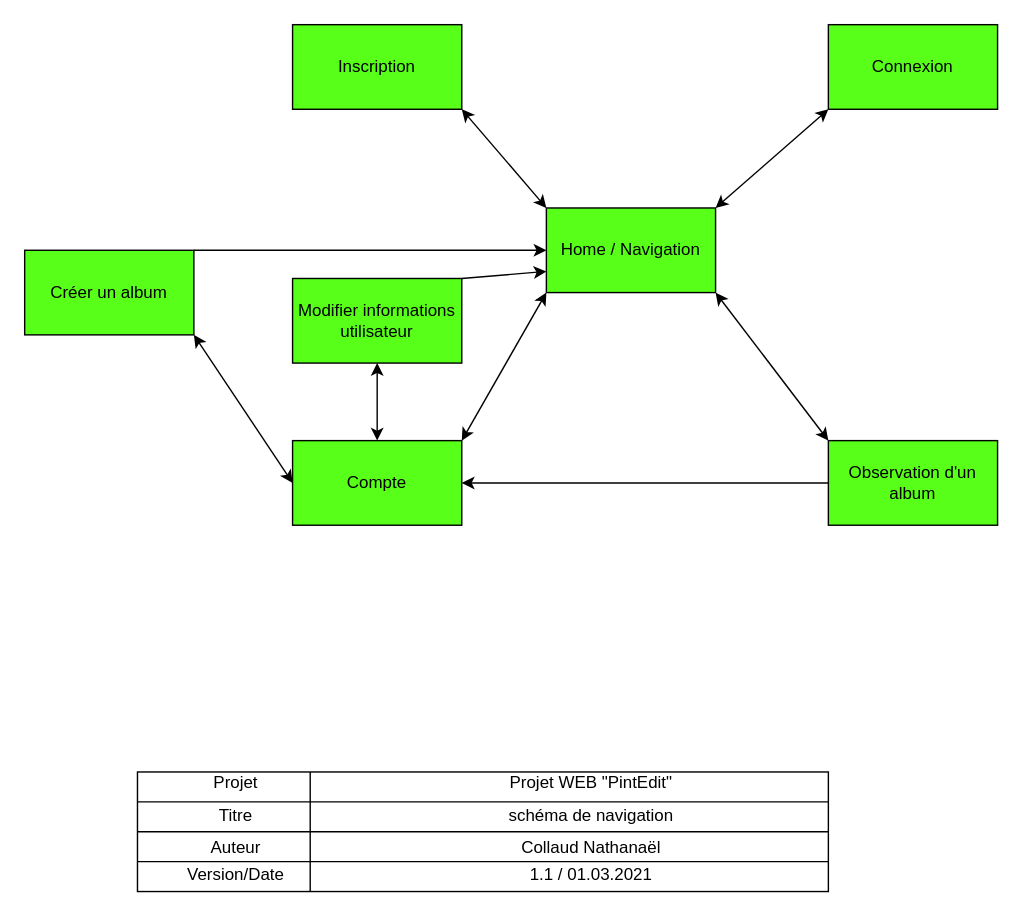
This is projet web shéma navig.drawio from NathanaelCollaud/Projet-WEB, a draw.io file, before an edit. Source tidied: cells renumbered, new cells numbered last; positions are measured from the earlier drawing's top-left corner, leaving out a move shared by most shapes. Both pictures are drawn from the tidied source at 141%, with x=0, y=0 at pixel (24, 24).
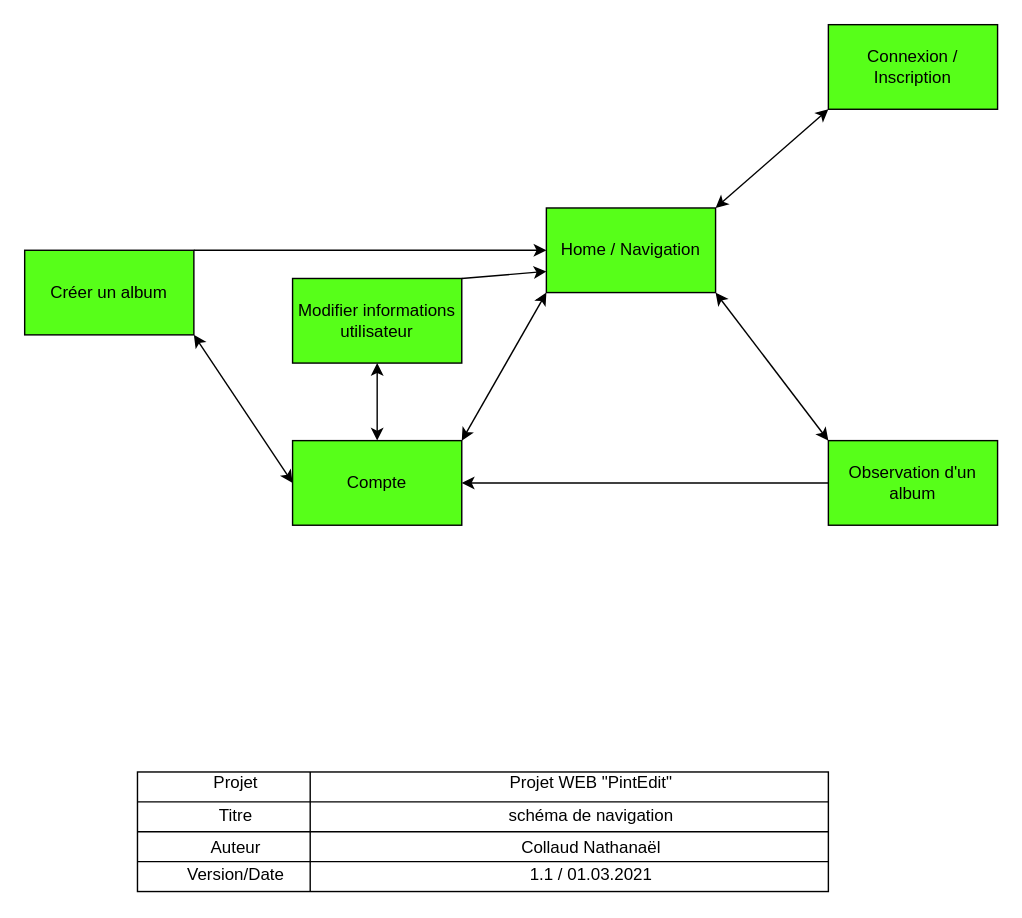
The same page after the edit.

The change refers to these unchanged cells:
```xml
<mxCell id="2" value="Home / Navigation" style="rounded=0;whiteSpace=wrap;html=1;fillColor=#57FF19;" parent="1" vertex="1">
  <mxGeometry x="370" y="130" width="120" height="60" as="geometry" />
</mxCell>
```

Diff of the diagram source:
```diff
@@
-    <mxCell id="3" value="Connexion" style="rounded=0;whiteSpace=wrap;html=1;fillColor=#57FF19;" parent="1" vertex="1">
+    <mxCell id="3" value="Connexion / Inscription" style="rounded=0;whiteSpace=wrap;html=1;fillColor=#57FF19;" parent="1" vertex="1">
       <mxGeometry x="570" width="120" height="60" as="geometry" />
     </mxCell>
@@
-    <mxCell id="5" value="Inscription" style="rounded=0;whiteSpace=wrap;html=1;fillColor=#57FF19;" parent="1" vertex="1">
-      <mxGeometry x="190" width="120" height="60" as="geometry" />
-    </mxCell>
@@
-    <mxCell id="27" style="endArrow=classic;startArrow=classic;html=1;entryX=1;entryY=1;entryDx=0;entryDy=0;exitX=0;exitY=0;exitDx=0;exitDy=0;" parent="1" edge="1" source="2" target="5">
-      <mxGeometry relative="1" as="geometry" />
-    </mxCell>
```
